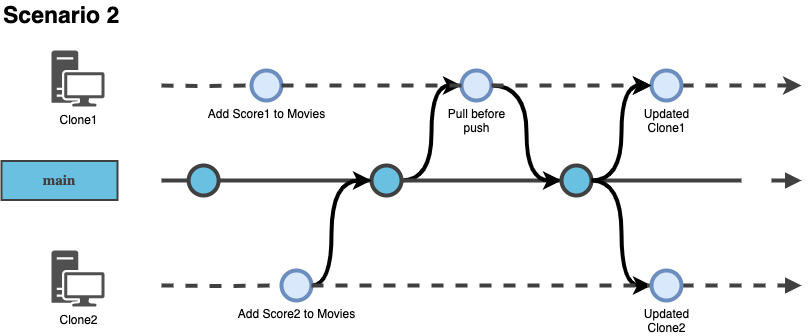
Before: illustrations/Illustration-Scenario-2.png, a diagram exported from draw.io (rvanbruggen/HackoladeGitTestRepo). Source tidied: cells renumbered, new cells last; positions are measured from the earlier drawing's top-left corner, leaving out a move shared by most shapes. Source of this version:
```xml
<mxGraphModel>
  <root>
    <mxCell id="0" />
    <mxCell id="1" parent="0" />
    <mxCell id="2" style="verticalLabelPosition=bottom;verticalAlign=top;html=1;strokeWidth=4;shape=mxgraph.flowchart.on-page_reference;plain-blue;gradientColor=none;fillColor=#69C0E0;strokeColor=#404040;" parent="1" vertex="1">
      <mxGeometry x="187.1" y="165" width="30" height="30" as="geometry" />
    </mxCell>
    <mxCell id="3" value="main" style="text;html=1;align=center;verticalAlign=middle;whiteSpace=wrap;rounded=0;strokeWidth=2;fontSize=15;fontFamily=Roboto;fontStyle=1;strokeColor=#404040;fontColor=#404040;fillColor=#69C0E0;" parent="1" vertex="1">
      <mxGeometry y="160.5" width="116" height="39" as="geometry" />
    </mxCell>
    <mxCell id="4" style="edgeStyle=orthogonalEdgeStyle;rounded=0;html=1;jettySize=auto;orthogonalLoop=1;strokeWidth=4;endArrow=none;endFill=0;strokeColor=#404040;" parent="1" edge="1">
      <mxGeometry x="162.5" y="181" as="geometry">
        <mxPoint x="160" y="180" as="sourcePoint" />
        <mxPoint x="187.1" y="180" as="targetPoint" />
      </mxGeometry>
    </mxCell>
    <mxCell id="5" style="edgeStyle=orthogonalEdgeStyle;rounded=0;jettySize=auto;html=1;entryX=0;entryY=0.5;entryDx=0;entryDy=0;entryPerimeter=0;curved=1;strokeWidth=4;" parent="1" edge="1" source="6" target="21">
      <mxGeometry relative="1" as="geometry" />
    </mxCell>
    <mxCell id="6" style="verticalLabelPosition=bottom;verticalAlign=top;html=1;strokeWidth=4;shape=mxgraph.flowchart.on-page_reference;plain-blue;gradientColor=none;fillColor=#69C0E0;strokeColor=#404040;" parent="1" vertex="1">
      <mxGeometry x="370" y="165" width="30" height="30" as="geometry" />
    </mxCell>
    <mxCell id="7" style="edgeStyle=orthogonalEdgeStyle;rounded=0;html=1;jettySize=auto;plain-blue;endArrow=none;endFill=0;strokeWidth=4;entryX=0;entryY=0.5;entryDx=0;entryDy=0;entryPerimeter=0;strokeColor=#404040;exitX=1;exitY=0.5;exitDx=0;exitDy=0;exitPerimeter=0;" parent="1" edge="1" source="2" target="6">
      <mxGeometry x="360.5" y="181" as="geometry" />
    </mxCell>
    <mxCell id="8" style="edgeStyle=orthogonalEdgeStyle;rounded=0;html=1;jettySize=auto;plain-blue;endArrow=none;endFill=0;strokeWidth=4;entryX=0;entryY=0.5;entryDx=0;entryDy=0;entryPerimeter=0;strokeColor=#404040;exitX=1;exitY=0.5;exitDx=0;exitDy=0;exitPerimeter=0;" parent="1" edge="1" source="6" target="26">
      <mxGeometry x="370.5" y="191" as="geometry" />
    </mxCell>
    <mxCell id="9" style="edgeStyle=orthogonalEdgeStyle;rounded=0;html=1;jettySize=auto;plain-blue;endArrow=none;endFill=0;strokeWidth=4;entryX=0;entryY=0.5;entryDx=0;entryDy=0;entryPerimeter=0;strokeColor=#404040;" parent="1" edge="1" source="26">
      <mxGeometry x="383.5" y="201" as="geometry">
        <mxPoint x="740" y="180" as="targetPoint" />
      </mxGeometry>
    </mxCell>
    <mxCell id="10" style="edgeStyle=orthogonalEdgeStyle;rounded=0;html=1;jettySize=auto;orthogonalLoop=1;plain-blue;endArrow=block;endFill=1;strokeWidth=4;strokeColor=#404040;exitX=1;exitY=0.5;exitDx=0;exitDy=0;exitPerimeter=0;" parent="1" edge="1">
      <mxGeometry x="383.5" y="201" as="geometry">
        <mxPoint x="770" y="180" as="sourcePoint" />
        <mxPoint x="800" y="180" as="targetPoint" />
      </mxGeometry>
    </mxCell>
    <mxCell id="11" value="Scenario 2" style="text;strokeColor=none;align=left;fillColor=none;html=1;verticalAlign=middle;whiteSpace=wrap;rounded=0;fontStyle=1;fontSize=23;" parent="1" vertex="1">
      <mxGeometry width="230" height="30" as="geometry" />
    </mxCell>
    <mxCell id="12" value="Clone1" style="sketch=0;shadow=0;dashed=0;html=1;strokeColor=none;fillColor=#505050;labelPosition=center;verticalLabelPosition=bottom;verticalAlign=top;align=center;shape=mxgraph.office.devices.workstation;" parent="1" vertex="1">
      <mxGeometry x="50" y="50" width="53" height="56" as="geometry" />
    </mxCell>
    <mxCell id="13" value="Clone2" style="sketch=0;shadow=0;dashed=0;html=1;strokeColor=none;fillColor=#505050;labelPosition=center;verticalLabelPosition=bottom;verticalAlign=top;align=center;shape=mxgraph.office.devices.workstation;" parent="1" vertex="1">
      <mxGeometry x="50" y="250" width="53" height="56" as="geometry" />
    </mxCell>
    <mxCell id="14" style="edgeStyle=orthogonalEdgeStyle;rounded=0;jettySize=auto;html=1;curved=1;strokeWidth=4;" parent="1" edge="1" source="15">
      <mxGeometry relative="1" as="geometry">
        <mxPoint x="370" y="180" as="targetPoint" />
        <Array as="points">
          <mxPoint x="330" y="285" />
          <mxPoint x="330" y="180" />
        </Array>
      </mxGeometry>
    </mxCell>
    <mxCell id="15" value="Add Score2 to Movies" style="verticalLabelPosition=bottom;verticalAlign=top;html=1;strokeWidth=4;shape=mxgraph.flowchart.on-page_reference;fillColor=#dae8fc;strokeColor=#6c8ebf;" parent="1" vertex="1">
      <mxGeometry x="280" y="270" width="30" height="30" as="geometry" />
    </mxCell>
    <mxCell id="16" style="edgeStyle=orthogonalEdgeStyle;rounded=0;html=1;jettySize=auto;strokeWidth=4;endArrow=none;endFill=0;strokeColor=#404040;dashed=1;entryX=0;entryY=0.5;entryDx=0;entryDy=0;entryPerimeter=0;" parent="1" edge="1" target="15">
      <mxGeometry x="162.5" y="181" as="geometry">
        <mxPoint x="160" y="285" as="sourcePoint" />
      </mxGeometry>
    </mxCell>
    <mxCell id="17" style="edgeStyle=orthogonalEdgeStyle;rounded=0;html=1;jettySize=auto;plain-blue;endArrow=block;endFill=1;strokeWidth=4;strokeColor=#404040;exitX=1;exitY=0.5;exitDx=0;exitDy=0;exitPerimeter=0;dashed=1;" parent="1" edge="1" source="28">
      <mxGeometry x="383.5" y="201" as="geometry">
        <mxPoint x="800" y="285" as="targetPoint" />
      </mxGeometry>
    </mxCell>
    <mxCell id="18" value="Add Score1 to Movies" style="verticalLabelPosition=bottom;verticalAlign=top;html=1;strokeWidth=4;shape=mxgraph.flowchart.on-page_reference;fillColor=#dae8fc;strokeColor=#6c8ebf;" parent="1" vertex="1">
      <mxGeometry x="250" y="70" width="30" height="30" as="geometry" />
    </mxCell>
    <mxCell id="19" style="edgeStyle=orthogonalEdgeStyle;rounded=0;html=1;jettySize=auto;strokeWidth=4;endArrow=none;endFill=0;strokeColor=#404040;dashed=1;entryX=0;entryY=0.5;entryDx=0;entryDy=0;entryPerimeter=0;" parent="1" edge="1" target="18">
      <mxGeometry x="162.5" y="181" as="geometry">
        <mxPoint x="160" y="85" as="sourcePoint" />
      </mxGeometry>
    </mxCell>
    <mxCell id="20" style="edgeStyle=orthogonalEdgeStyle;rounded=0;jettySize=auto;html=1;entryX=0;entryY=0.5;entryDx=0;entryDy=0;entryPerimeter=0;curved=1;strokeWidth=4;" parent="1" edge="1" source="21" target="26">
      <mxGeometry relative="1" as="geometry" />
    </mxCell>
    <mxCell id="21" value="Pull before &lt;br&gt;push" style="verticalLabelPosition=bottom;verticalAlign=top;html=1;strokeWidth=4;shape=mxgraph.flowchart.on-page_reference;fillColor=#dae8fc;strokeColor=#6c8ebf;" parent="1" vertex="1">
      <mxGeometry x="460" y="70" width="30" height="30" as="geometry" />
    </mxCell>
    <mxCell id="22" style="edgeStyle=orthogonalEdgeStyle;rounded=0;html=1;jettySize=auto;plain-blue;endArrow=none;endFill=0;strokeWidth=4;entryX=0;entryY=0.5;entryDx=0;entryDy=0;entryPerimeter=0;strokeColor=#404040;exitX=1;exitY=0.5;exitDx=0;exitDy=0;exitPerimeter=0;dashed=1;" parent="1" edge="1" source="18" target="21">
      <mxGeometry x="360.5" y="181" as="geometry" />
    </mxCell>
    <mxCell id="23" style="edgeStyle=orthogonalEdgeStyle;rounded=0;html=1;jettySize=auto;plain-blue;endArrow=classic;endFill=1;strokeWidth=4;strokeColor=#404040;exitX=1;exitY=0.5;exitDx=0;exitDy=0;exitPerimeter=0;dashed=1;" parent="1" edge="1" source="30">
      <mxGeometry x="370.5" y="191" as="geometry">
        <mxPoint x="800" y="85" as="targetPoint" />
      </mxGeometry>
    </mxCell>
    <mxCell id="24" style="edgeStyle=orthogonalEdgeStyle;rounded=0;html=1;jettySize=auto;plain-blue;endArrow=none;endFill=0;strokeWidth=4;entryX=0;entryY=0.5;entryDx=0;entryDy=0;entryPerimeter=0;strokeColor=#404040;" parent="1" edge="1" target="26">
      <mxGeometry x="383.5" y="201" as="geometry">
        <mxPoint x="574" y="180" as="sourcePoint" />
      </mxGeometry>
    </mxCell>
    <mxCell id="25" style="edgeStyle=orthogonalEdgeStyle;rounded=0;jettySize=auto;html=1;entryX=0;entryY=0.5;entryDx=0;entryDy=0;entryPerimeter=0;curved=1;strokeWidth=4;" parent="1" edge="1" source="26" target="28">
      <mxGeometry relative="1" as="geometry" />
    </mxCell>
    <mxCell id="26" style="verticalLabelPosition=bottom;verticalAlign=top;html=1;strokeWidth=4;shape=mxgraph.flowchart.on-page_reference;plain-blue;gradientColor=none;fillColor=#69C0E0;strokeColor=#404040;" parent="1" vertex="1">
      <mxGeometry x="560" y="165" width="30" height="30" as="geometry" />
    </mxCell>
    <mxCell id="27" style="edgeStyle=orthogonalEdgeStyle;rounded=0;html=1;jettySize=auto;plain-blue;endArrow=none;endFill=0;strokeWidth=4;strokeColor=#404040;exitX=1;exitY=0.5;exitDx=0;exitDy=0;exitPerimeter=0;dashed=1;entryX=0;entryY=0.5;entryDx=0;entryDy=0;entryPerimeter=0;" parent="1" edge="1" source="15" target="28">
      <mxGeometry x="360.5" y="181" as="geometry" />
    </mxCell>
    <mxCell id="28" value="Updated &lt;br&gt;Clone2" style="verticalLabelPosition=bottom;verticalAlign=top;html=1;strokeWidth=4;shape=mxgraph.flowchart.on-page_reference;fillColor=#dae8fc;strokeColor=#6c8ebf;" parent="1" vertex="1">
      <mxGeometry x="650" y="270" width="30" height="30" as="geometry" />
    </mxCell>
    <mxCell id="29" style="edgeStyle=orthogonalEdgeStyle;rounded=0;html=1;jettySize=auto;plain-blue;endArrow=classic;endFill=1;strokeWidth=4;strokeColor=#404040;exitX=1;exitY=0.5;exitDx=0;exitDy=0;exitPerimeter=0;dashed=1;" parent="1" edge="1" source="21" target="30">
      <mxGeometry x="370.5" y="191" as="geometry" />
    </mxCell>
    <mxCell id="30" value="Updated &lt;br&gt;Clone1" style="verticalLabelPosition=bottom;verticalAlign=top;html=1;strokeWidth=4;shape=mxgraph.flowchart.on-page_reference;fillColor=#dae8fc;strokeColor=#6c8ebf;" parent="1" vertex="1">
      <mxGeometry x="650" y="70" width="30" height="30" as="geometry" />
    </mxCell>
    <mxCell id="31" style="edgeStyle=orthogonalEdgeStyle;rounded=0;jettySize=auto;html=1;entryX=0;entryY=0.5;entryDx=0;entryDy=0;entryPerimeter=0;curved=1;strokeWidth=4;exitX=1;exitY=0.5;exitDx=0;exitDy=0;exitPerimeter=0;" parent="1" edge="1" source="26" target="30">
      <mxGeometry relative="1" as="geometry" />
    </mxCell>
  </root>
</mxGraphModel>
```
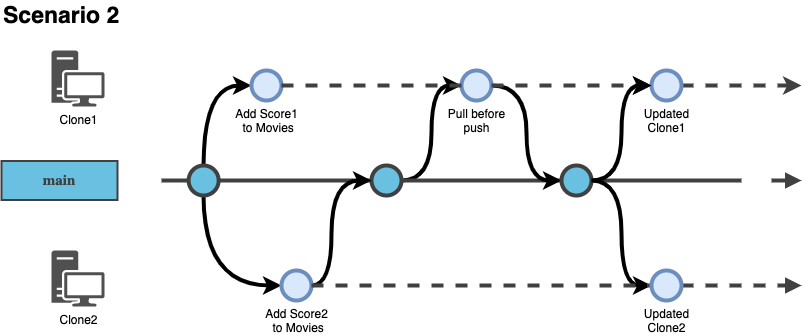
The same diagram one commit later.

Diff of the diagram source:
```diff
@@ -2,6 +2,12 @@
   <root>
     <mxCell id="0" />
     <mxCell id="1" parent="0" />
+    <mxCell id="32" style="edgeStyle=orthogonalEdgeStyle;rounded=0;jettySize=auto;html=1;exitX=0.5;exitY=0;exitDx=0;exitDy=0;exitPerimeter=0;entryX=0;entryY=0.5;entryDx=0;entryDy=0;entryPerimeter=0;curved=1;strokeWidth=4;" parent="1" edge="1" source="2" target="18">
+      <mxGeometry relative="1" as="geometry" />
+    </mxCell>
+    <mxCell id="33" style="edgeStyle=orthogonalEdgeStyle;rounded=0;jettySize=auto;html=1;entryX=0;entryY=0.5;entryDx=0;entryDy=0;entryPerimeter=0;exitX=0.5;exitY=1;exitDx=0;exitDy=0;exitPerimeter=0;curved=1;strokeWidth=4;" parent="1" edge="1" source="2" target="15">
+      <mxGeometry relative="1" as="geometry" />
+    </mxCell>
     <mxCell id="2" style="verticalLabelPosition=bottom;verticalAlign=top;html=1;strokeWidth=4;shape=mxgraph.flowchart.on-page_reference;plain-blue;gradientColor=none;fillColor=#69C0E0;strokeColor=#404040;" parent="1" vertex="1">
       <mxGeometry x="187.1" y="165" width="30" height="30" as="geometry" />
     </mxCell>
@@ -55,27 +61,17 @@
         </Array>
       </mxGeometry>
     </mxCell>
-    <mxCell id="15" value="Add Score2 to Movies" style="verticalLabelPosition=bottom;verticalAlign=top;html=1;strokeWidth=4;shape=mxgraph.flowchart.on-page_reference;fillColor=#dae8fc;strokeColor=#6c8ebf;" parent="1" vertex="1">
+    <mxCell id="15" value="Add Score2&lt;br&gt;&amp;nbsp;to Movies" style="verticalLabelPosition=bottom;verticalAlign=top;html=1;strokeWidth=4;shape=mxgraph.flowchart.on-page_reference;fillColor=#dae8fc;strokeColor=#6c8ebf;" parent="1" vertex="1">
       <mxGeometry x="280" y="270" width="30" height="30" as="geometry" />
     </mxCell>
-    <mxCell id="16" style="edgeStyle=orthogonalEdgeStyle;rounded=0;html=1;jettySize=auto;strokeWidth=4;endArrow=none;endFill=0;strokeColor=#404040;dashed=1;entryX=0;entryY=0.5;entryDx=0;entryDy=0;entryPerimeter=0;" parent="1" edge="1" target="15">
-      <mxGeometry x="162.5" y="181" as="geometry">
-        <mxPoint x="160" y="285" as="sourcePoint" />
-      </mxGeometry>
-    </mxCell>
     <mxCell id="17" style="edgeStyle=orthogonalEdgeStyle;rounded=0;html=1;jettySize=auto;plain-blue;endArrow=block;endFill=1;strokeWidth=4;strokeColor=#404040;exitX=1;exitY=0.5;exitDx=0;exitDy=0;exitPerimeter=0;dashed=1;" parent="1" edge="1" source="28">
       <mxGeometry x="383.5" y="201" as="geometry">
         <mxPoint x="800" y="285" as="targetPoint" />
       </mxGeometry>
     </mxCell>
-    <mxCell id="18" value="Add Score1 to Movies" style="verticalLabelPosition=bottom;verticalAlign=top;html=1;strokeWidth=4;shape=mxgraph.flowchart.on-page_reference;fillColor=#dae8fc;strokeColor=#6c8ebf;" parent="1" vertex="1">
+    <mxCell id="18" value="Add Score1&lt;br&gt;&amp;nbsp;to Movies" style="verticalLabelPosition=bottom;verticalAlign=top;html=1;strokeWidth=4;shape=mxgraph.flowchart.on-page_reference;fillColor=#dae8fc;strokeColor=#6c8ebf;" parent="1" vertex="1">
       <mxGeometry x="250" y="70" width="30" height="30" as="geometry" />
     </mxCell>
-    <mxCell id="19" style="edgeStyle=orthogonalEdgeStyle;rounded=0;html=1;jettySize=auto;strokeWidth=4;endArrow=none;endFill=0;strokeColor=#404040;dashed=1;entryX=0;entryY=0.5;entryDx=0;entryDy=0;entryPerimeter=0;" parent="1" edge="1" target="18">
-      <mxGeometry x="162.5" y="181" as="geometry">
-        <mxPoint x="160" y="85" as="sourcePoint" />
-      </mxGeometry>
-    </mxCell>
     <mxCell id="20" style="edgeStyle=orthogonalEdgeStyle;rounded=0;jettySize=auto;html=1;entryX=0;entryY=0.5;entryDx=0;entryDy=0;entryPerimeter=0;curved=1;strokeWidth=4;" parent="1" edge="1" source="21" target="26">
       <mxGeometry relative="1" as="geometry" />
     </mxCell>
```
